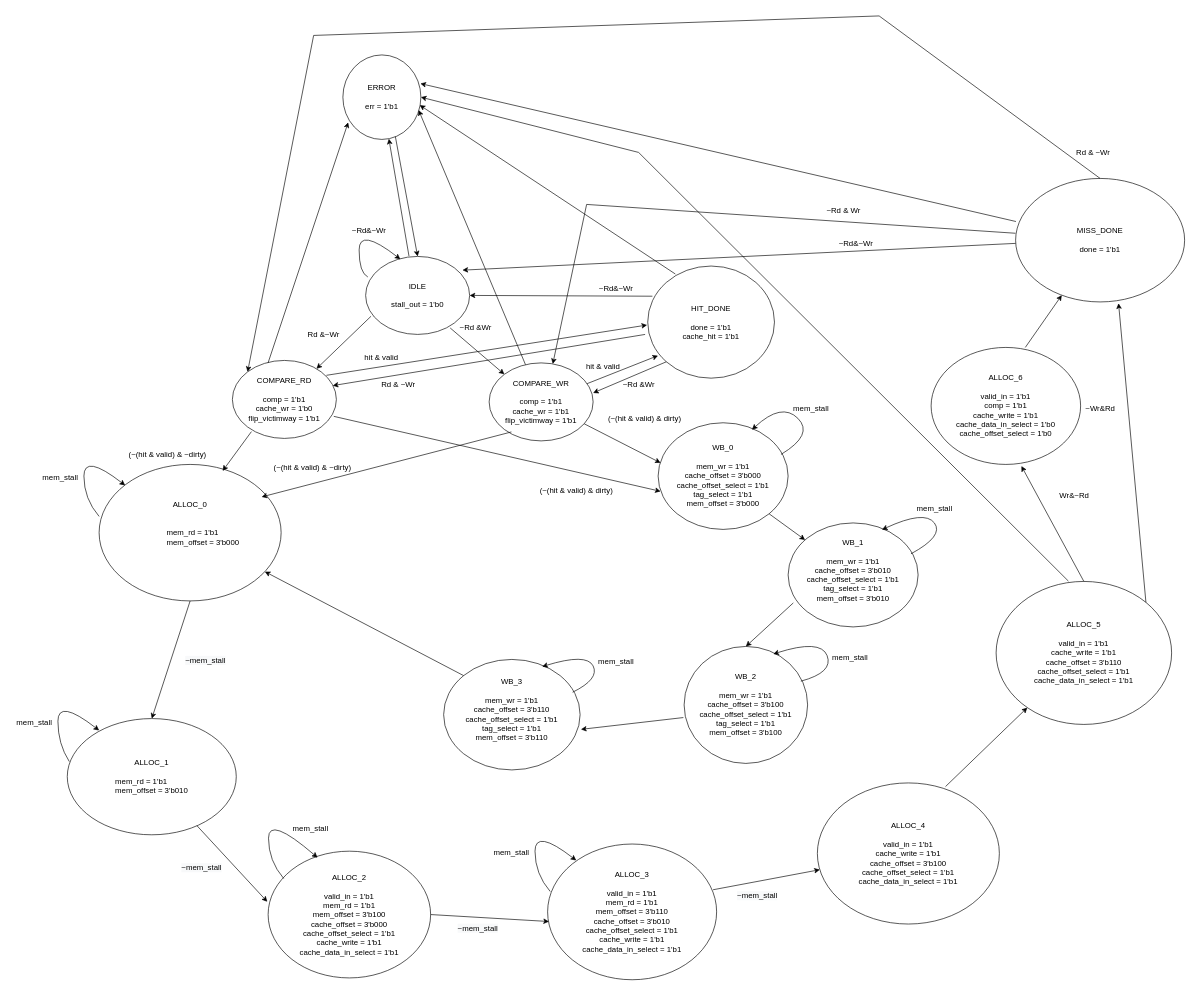
Above: project/cache/cache_direct_FSM.drawio in joshmeiyb/ECE552 (draw.io), before the change. Source tidied: cells renumbered, new cells numbered last; positions are measured from the earlier drawing's top-left corner, leaving out a move shared by most shapes. Both pictures are drawn from the tidied source at 65%, with x=0, y=0 at pixel (11, 16).
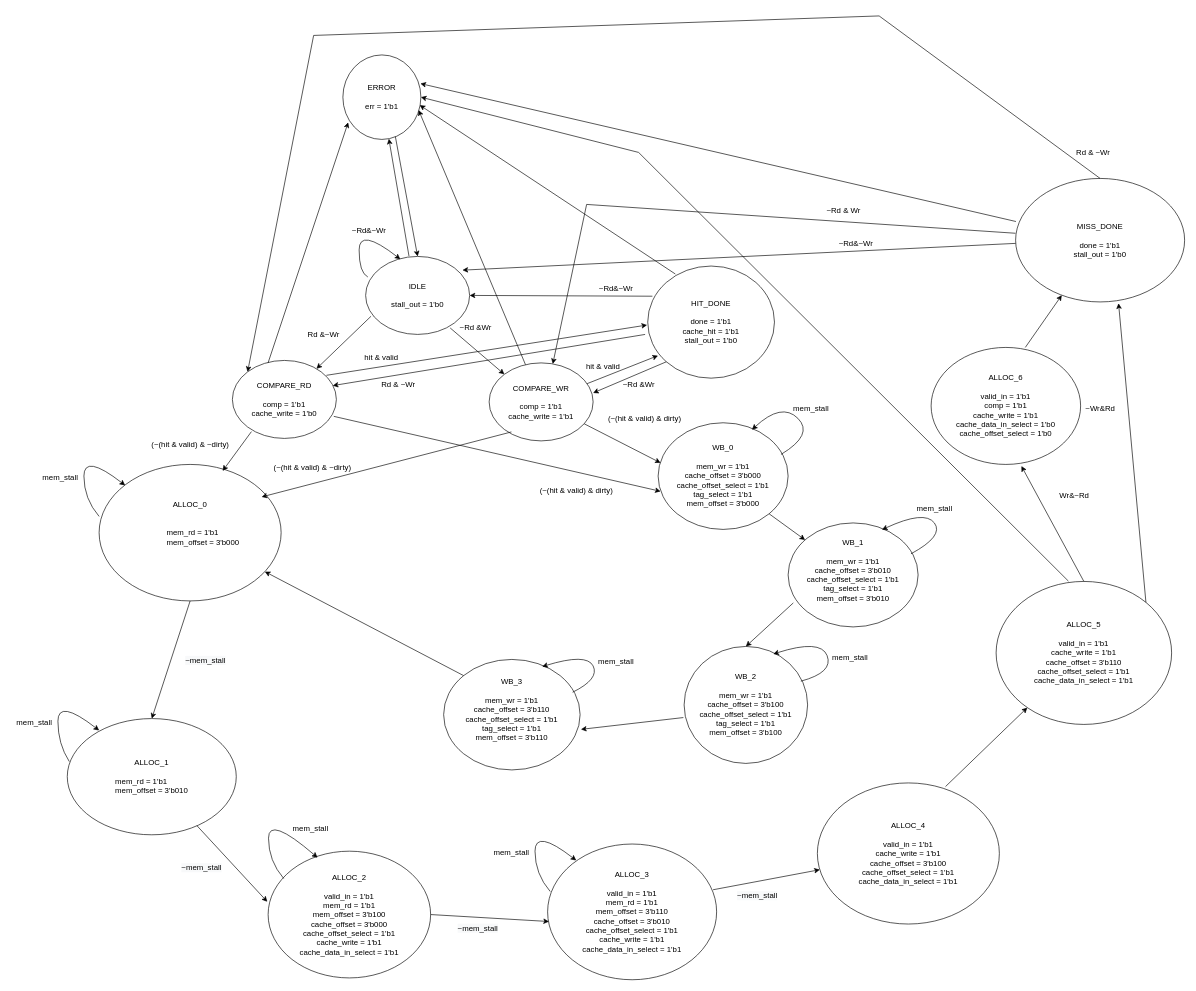
The same diagram, later.

What changed in the source:
```diff
@@
-    <mxCell id="5" value="COMPARE_RD&lt;br&gt;&lt;br&gt;comp = 1'b1&lt;br&gt;cache_wr = 1'b0&lt;br&gt;flip_victimway = 1'b1" style="ellipse;whiteSpace=wrap;html=1;" parent="1" vertex="1">
+    <mxCell id="5" value="COMPARE_RD&lt;br&gt;&lt;br&gt;comp = 1'b1&lt;br&gt;cache_write = 1'b0" style="ellipse;whiteSpace=wrap;html=1;" parent="1" vertex="1">
       <mxGeometry x="340" y="530" width="160" height="120" as="geometry" />
     </mxCell>
-    <mxCell id="6" value="COMPARE_WR&lt;br&gt;&lt;br&gt;comp = 1'b1&lt;br&gt;cache_wr = 1'b1&lt;br&gt;flip_victimway = 1'b1" style="ellipse;whiteSpace=wrap;html=1;" parent="1" vertex="1">
+    <mxCell id="6" value="COMPARE_WR&lt;br&gt;&lt;br&gt;comp = 1'b1&lt;br&gt;cache_write = 1'b1" style="ellipse;whiteSpace=wrap;html=1;" parent="1" vertex="1">
       <mxGeometry x="735" y="533.8" width="160" height="120" as="geometry" />
     </mxCell>
@@
-    <mxCell id="38" value="HIT_DONE&lt;br&gt;&lt;br&gt;done = 1'b1&lt;br&gt;cache_hit = 1'b1" style="ellipse;whiteSpace=wrap;html=1;" parent="1" vertex="1">
+    <mxCell id="38" value="HIT_DONE&lt;br&gt;&lt;br&gt;done = 1'b1&lt;br&gt;cache_hit = 1'b1&lt;br&gt;stall_out = 1'b0" style="ellipse;whiteSpace=wrap;html=1;" parent="1" vertex="1">
       <mxGeometry x="979" y="384.8" width="195" height="172.5" as="geometry" />
     </mxCell>
@@
     <mxCell id="49" value="(~(hit &amp;amp; valid) &amp;amp; ~dirty) &lt;br&gt;" style="text;html=1;align=center;verticalAlign=middle;strokeColor=none;fillColor=none;" parent="1" vertex="1">
-      <mxGeometry x="175" y="665" width="130" height="20" as="geometry" />
+      <mxGeometry x="210" y="650" width="130" height="20" as="geometry" />
     </mxCell>
-    <mxCell id="50" value="MISS_DONE&lt;br&gt;&lt;br&gt;done = 1'b1" style="ellipse;whiteSpace=wrap;html=1;" parent="1" vertex="1">
+    <mxCell id="50" value="MISS_DONE&lt;br&gt;&lt;br&gt;done = 1'b1&lt;br&gt;stall_out = 1'b0" style="ellipse;whiteSpace=wrap;html=1;" parent="1" vertex="1">
       <mxGeometry x="1545" y="250" width="260" height="190" as="geometry" />
     </mxCell>
```
